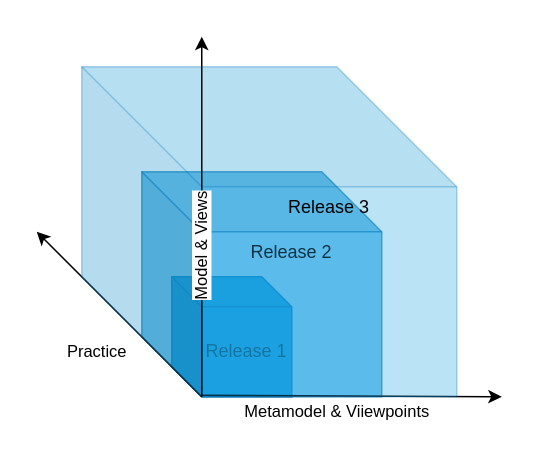
Above: adoption.drawio in Nasdanika/architecture (draw.io), before the change. Source tidied: cells renumbered, new cells numbered last; positions are measured from the earlier drawing's top-left corner, leaving out a move shared by most shapes. Both pictures are drawn from the tidied source at 150%, with x=0, y=0 at pixel (36, 36).
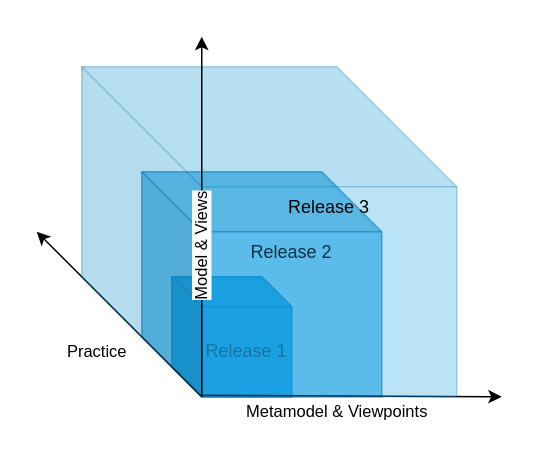
The same diagram, later.

Commit message:
Adoption diagram.

Change to the diagram source:
```diff
@@
 <mxGraphModel>
   <root>
     <mxCell id="0" />
     <mxCell id="1" parent="0" />
     <mxCell id="2" value="Release 1" style="shape=cube;whiteSpace=wrap;html=1;boundedLbl=1;backgroundOutline=1;darkOpacity=0.05;darkOpacity2=0.1;size=20;fillColor=#1ba1e2;strokeColor=#006EAF;fontColor=#000000;" parent="1" vertex="1">
       <mxGeometry x="90" y="160" width="80" height="80" as="geometry" />
     </mxCell>
     <mxCell id="3" value="Release 2" style="shape=cube;whiteSpace=wrap;html=1;boundedLbl=1;backgroundOutline=1;darkOpacity=0.05;darkOpacity2=0.1;size=40;opacity=60;fillColor=#1ba1e2;strokeColor=#006EAF;fontColor=#000000;verticalAlign=top;" parent="1" vertex="1">
       <mxGeometry x="70" y="90" width="160" height="150" as="geometry" />
     </mxCell>
-    <mxCell id="4" value="Metamodel &amp;amp; Viiewpoints" style="endArrow=classic;html=1;rounded=0;" parent="1" edge="1">
+    <mxCell id="4" value="Metamodel &amp;amp; Viewpoints" style="endArrow=classic;html=1;rounded=0;" parent="1" edge="1">
       <mxGeometry x="-0.1" y="-11" relative="1" as="geometry">
         <mxPoint x="110" y="239" as="sourcePoint" />
         <mxPoint x="310" y="240" as="targetPoint" />
       </mxGeometry>
     </mxCell>
     <mxCell id="5" value="Practice" style="endArrow=classic;html=1;rounded=0;horizontal=1;" parent="1" edge="1">
       <mxGeometry x="-0.09" y="28" relative="1" as="geometry">
         <mxPoint x="110" y="240" as="sourcePoint" />
         <mxPoint y="130" as="targetPoint" />
       </mxGeometry>
     </mxCell>
     <mxCell id="6" value="Release 3" style="shape=cube;whiteSpace=wrap;html=1;boundedLbl=1;backgroundOutline=1;darkOpacity=0.05;darkOpacity2=0.1;size=80;opacity=30;fillColor=#1ba1e2;strokeColor=#006EAF;fontColor=#000000;verticalAlign=top;" parent="1" vertex="1">
       <mxGeometry x="30" y="20" width="250" height="220" as="geometry" />
     </mxCell>
     <mxCell id="7" value="Model &amp;amp; Views" style="endArrow=classic;html=1;rounded=0;horizontal=0;" parent="1" edge="1">
       <mxGeometry x="-0.17" relative="1" as="geometry">
         <mxPoint x="110" y="240" as="sourcePoint" />
         <mxPoint x="110" as="targetPoint" />
       </mxGeometry>
     </mxCell>
   </root>
 </mxGraphModel>
```
